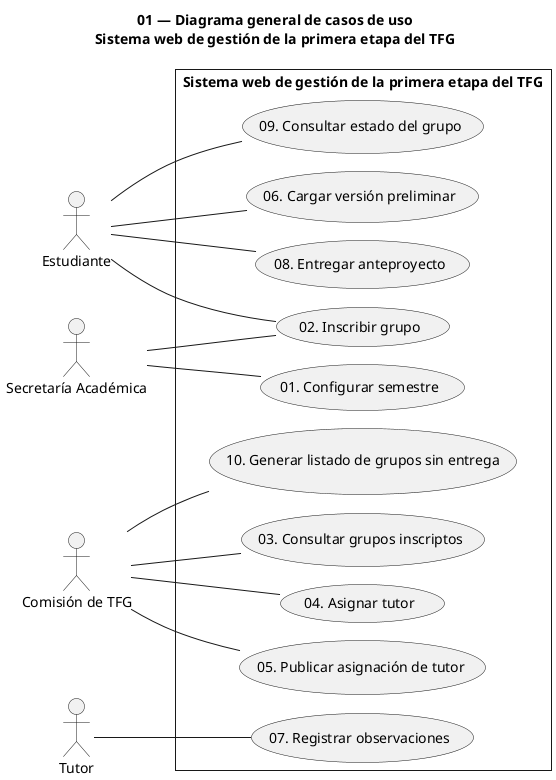
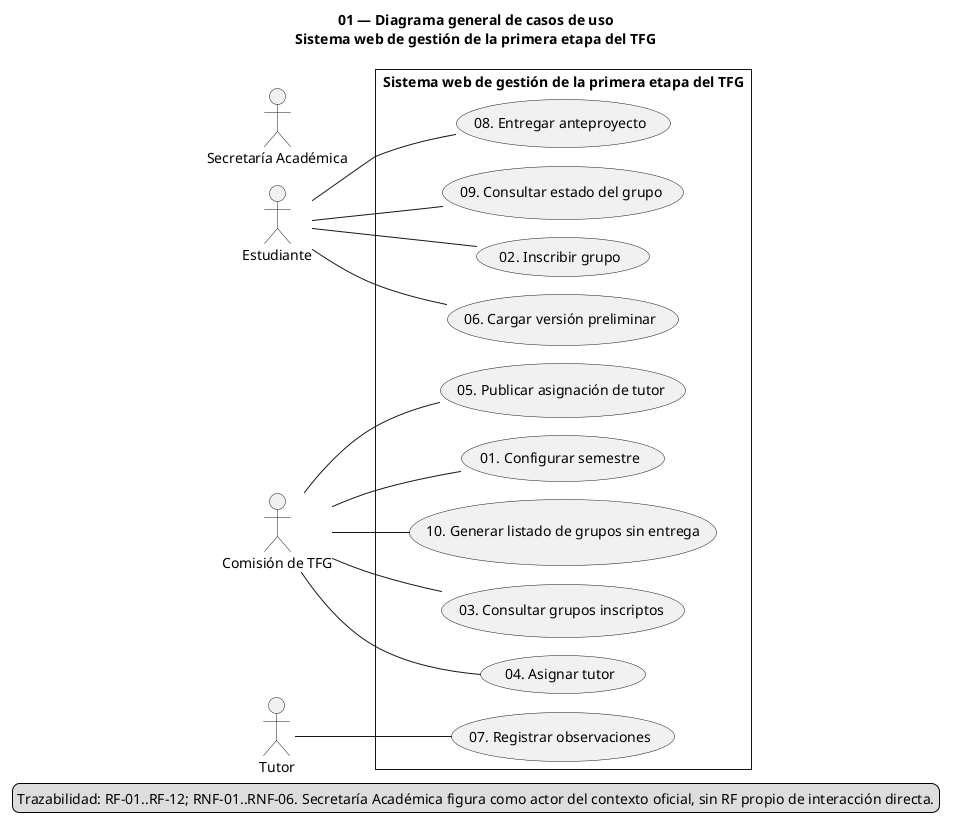
@startuml
!pragma layout smetana
left to right direction
skinparam style strictuml
skinparam shadowing false

title 01 — Diagrama general de casos de uso\nSistema web de gestión de la primera etapa del TFG

actor "Estudiante" as Estudiante
actor "Comisión de TFG" as Comision
actor "Tutor" as Tutor
actor "Secretaría Académica" as Secretaria

rectangle "Sistema web de gestión de la primera etapa del TFG" {
usecase "01. Configurar semestre" as UC01
usecase "02. Inscribir grupo" as UC02
usecase "03. Consultar grupos inscriptos" as UC03
usecase "04. Asignar tutor" as UC04
usecase "05. Publicar asignación de tutor" as UC05
usecase "06. Cargar versión preliminar" as UC06
usecase "07. Registrar observaciones" as UC07
usecase "08. Entregar anteproyecto" as UC08
usecase "09. Consultar estado del grupo" as UC09
usecase "10. Generar listado de grupos sin entrega" as UC10
}

Estudiante -- UC02
Estudiante -- UC06
Estudiante -- UC08
Estudiante -- UC09

- Secretaria -- UC01
- Secretaria -- UC02
- 
+ Comision -- UC01
Comision -- UC03
Comision -- UC04
Comision -- UC05
Comision -- UC10

Tutor -- UC07
+ 
+ legend bottom
+ Trazabilidad: RF-01..RF-12; RNF-01..RNF-06. Secretaría Académica figura como actor del contexto oficial, sin RF propio de interacción directa.
+ endlegend
@enduml
